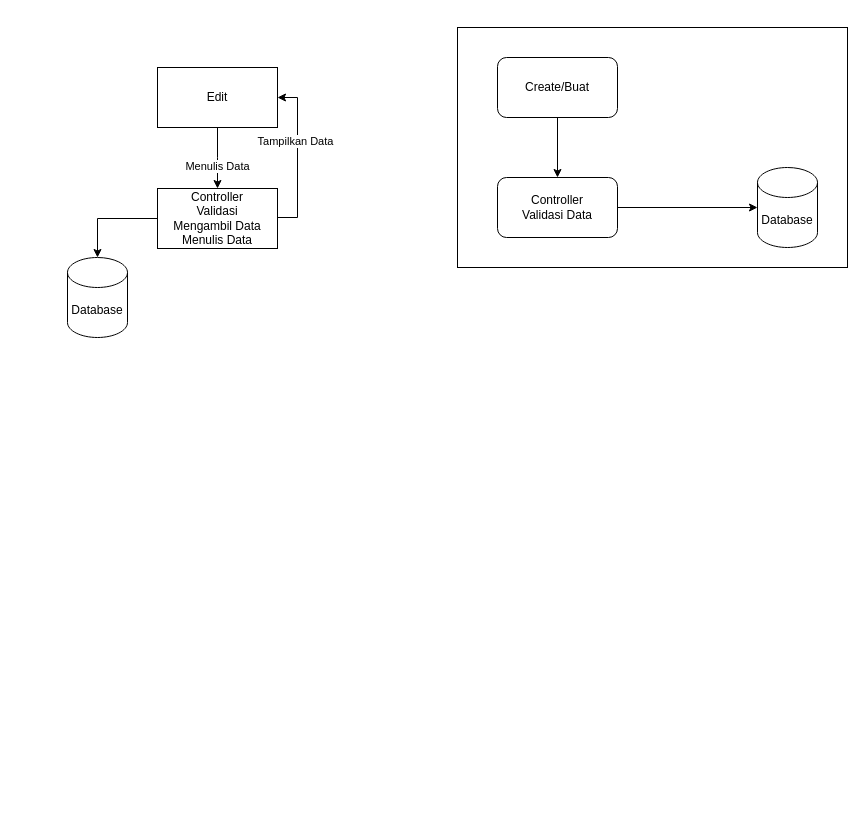
Above: Untitled Diagram.drawio in Ticlext-Altihaf/codeigniter-3-crud (draw.io), before the change. Source tidied: cells renumbered, new cells numbered last; positions are measured from the earlier drawing's top-left corner, leaving out a move shared by most shapes. Both pictures are drawn from the tidied source at 100%, with x=0, y=0 at pixel (67, 27).
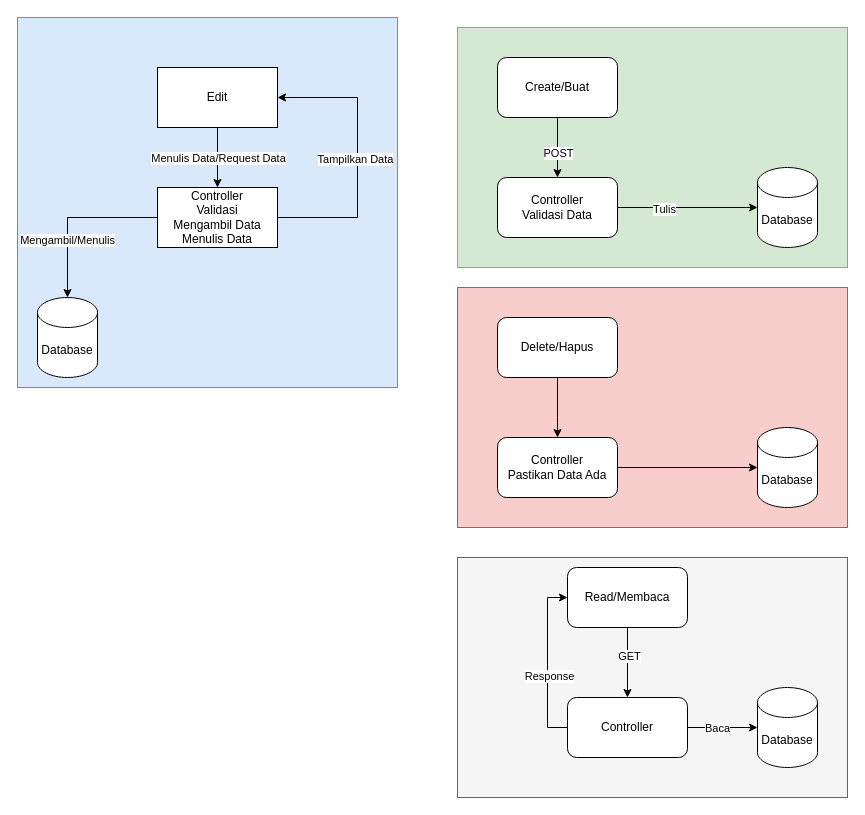
Above is the later version.

The change refers to these unchanged cells:
```xml
<mxCell id="4" value="Create/Buat" style="rounded=1;whiteSpace=wrap;html=1;" parent="1" vertex="1">
  <mxGeometry x="430" y="30" width="120" height="60" as="geometry" />
</mxCell>
<mxCell id="5" style="edgeStyle=orthogonalEdgeStyle;rounded=0;jettySize=auto;html=1;" parent="1" edge="1" source="6" target="7">
  <mxGeometry relative="1" as="geometry" />
</mxCell>
<mxCell id="6" value="Controller&lt;br&gt;Validasi Data" style="rounded=1;whiteSpace=wrap;html=1;" parent="1" vertex="1">
  <mxGeometry x="430" y="150" width="120" height="60" as="geometry" />
</mxCell>
<mxCell id="8" style="edgeStyle=orthogonalEdgeStyle;rounded=0;jettySize=auto;html=1;entryX=0.5;entryY=0;entryDx=0;entryDy=0;" parent="1" edge="1" source="10" target="15">
  <mxGeometry relative="1" as="geometry">
    <Array as="points">
      <mxPoint x="150" y="130" />
      <mxPoint x="150" y="130" />
    </Array>
  </mxGeometry>
</mxCell>
<mxCell id="10" value="Edit" style="rounded=0;whiteSpace=wrap;html=1;" parent="1" vertex="1">
  <mxGeometry x="90" y="40" width="120" height="60" as="geometry" />
</mxCell>
<mxCell id="12" style="edgeStyle=orthogonalEdgeStyle;rounded=0;jettySize=auto;html=1;" parent="1" edge="1" source="15" target="11">
  <mxGeometry relative="1" as="geometry" />
</mxCell>
```

Diff of the diagram source:
```diff
@@
+    <mxCell id="16" style="rounded=0;whiteSpace=wrap;html=1;fillColor=#dae8fc;strokeColor=#6c8ebf;" parent="1" vertex="1">
+      <mxGeometry x="-50" y="-10" width="380" height="370" as="geometry" />
+    </mxCell>
-    <mxCell id="2" style="rounded=0;whiteSpace=wrap;html=1;" parent="1" vertex="1">
+    <mxCell id="2" style="rounded=0;whiteSpace=wrap;html=1;fillColor=#d5e8d4;strokeColor=#82b366;" parent="1" vertex="1">
       <mxGeometry x="390" width="390" height="240" as="geometry" />
     </mxCell>
     <mxCell id="3" style="edgeStyle=orthogonalEdgeStyle;rounded=0;jettySize=auto;html=1;" parent="1" edge="1" source="4" target="6">
-      <mxGeometry relative="1" as="geometry" />
+      <mxGeometry relative="1" as="geometry">
+        <Array as="points">
+          <mxPoint x="490" y="120" />
+          <mxPoint x="490" y="120" />
+        </Array>
+      </mxGeometry>
     </mxCell>
+    <mxCell id="17" value="POST" style="edgeLabel;html=1;align=center;verticalAlign=middle;" parent="3" vertex="1">
+      <mxGeometry x="0.16" relative="1" as="geometry" />
+    </mxCell>
@@
+    <mxCell id="18" value="Tulis" style="edgeLabel;html=1;align=center;verticalAlign=middle;" parent="5" vertex="1">
+      <mxGeometry x="-0.34" y="-1" relative="1" as="geometry" />
+    </mxCell>
@@
-    <mxCell id="9" value="Menulis Data" style="edgeLabel;html=1;align=center;verticalAlign=middle;" parent="8" vertex="1">
-      <mxGeometry x="0.26" y="-1" relative="1" as="geometry" />
+    <mxCell id="9" value="Menulis Data/Request Data" style="edgeLabel;html=1;align=center;verticalAlign=middle;" parent="8" vertex="1">
+      <mxGeometry x="0.26" y="-1" relative="1" as="geometry">
+        <mxPoint x="1" y="-8" as="offset" />
+      </mxGeometry>
     </mxCell>
@@
     <mxCell id="11" value="Database" style="shape=cylinder3;whiteSpace=wrap;html=1;boundedLbl=1;backgroundOutline=1;size=15;" parent="1" vertex="1">
-      <mxGeometry y="230" width="60" height="80" as="geometry" />
+      <mxGeometry x="-30" y="270" width="60" height="80" as="geometry" />
     </mxCell>
@@
+    <mxCell id="19" value="Mengambil/Menulis" style="edgeLabel;html=1;align=center;verticalAlign=middle;" parent="12" vertex="1">
+      <mxGeometry x="0.32" y="-1" relative="1" as="geometry" />
+    </mxCell>
     <mxCell id="13" style="edgeStyle=orthogonalEdgeStyle;rounded=0;jettySize=auto;html=1;entryX=1;entryY=0.5;entryDx=0;entryDy=0;" parent="1" edge="1" source="15" target="10">
       <mxGeometry relative="1" as="geometry">
         <Array as="points">
-          <mxPoint x="230" y="190" />
-          <mxPoint x="230" y="70" />
+          <mxPoint x="290" y="190" />
+          <mxPoint x="290" y="70" />
         </Array>
       </mxGeometry>
     </mxCell>
     <mxCell id="14" value="Tampilkan Data" style="edgeLabel;html=1;align=center;verticalAlign=middle;" parent="13" vertex="1">
-      <mxGeometry x="0.21" y="3" relative="1" as="geometry" />
+      <mxGeometry x="0.21" y="3" relative="1" as="geometry">
+        <mxPoint y="30" as="offset" />
+      </mxGeometry>
     </mxCell>
     <mxCell id="15" value="Controller&lt;br&gt;Validasi&lt;br&gt;Mengambil Data&lt;br&gt;Menulis Data" style="rounded=0;whiteSpace=wrap;html=1;" parent="1" vertex="1">
-      <mxGeometry x="90" y="161" width="120" height="60" as="geometry" />
+      <mxGeometry x="90" y="160" width="120" height="60" as="geometry" />
     </mxCell>
+    <mxCell id="20" style="rounded=0;whiteSpace=wrap;html=1;fillColor=#f8cecc;strokeColor=#b85450;" parent="1" vertex="1">
+      <mxGeometry x="390" y="260" width="390" height="240" as="geometry" />
+    </mxCell>
+    <mxCell id="21" style="edgeStyle=orthogonalEdgeStyle;rounded=0;jettySize=auto;html=1;" parent="1" edge="1" source="22" target="24">
+      <mxGeometry relative="1" as="geometry">
+        <Array as="points">
+          <mxPoint x="490" y="390" />
+          <mxPoint x="490" y="390" />
+        </Array>
+      </mxGeometry>
+    </mxCell>
+    <mxCell id="22" value="Delete/Hapus" style="rounded=1;whiteSpace=wrap;html=1;" parent="1" vertex="1">
+      <mxGeometry x="430" y="290" width="120" height="60" as="geometry" />
+    </mxCell>
+    <mxCell id="23" style="edgeStyle=orthogonalEdgeStyle;rounded=0;jettySize=auto;html=1;" parent="1" edge="1" source="24" target="25">
+      <mxGeometry relative="1" as="geometry" />
+    </mxCell>
+    <mxCell id="24" value="Controller&lt;br&gt;Pastikan Data Ada" style="rounded=1;whiteSpace=wrap;html=1;" parent="1" vertex="1">
+      <mxGeometry x="430" y="410" width="120" height="60" as="geometry" />
+    </mxCell>
+    <mxCell id="25" value="Database" style="shape=cylinder3;whiteSpace=wrap;html=1;boundedLbl=1;backgroundOutline=1;size=15;" parent="1" vertex="1">
+      <mxGeometry x="690" y="400" width="60" height="80" as="geometry" />
+    </mxCell>
+    <mxCell id="26" style="rounded=0;whiteSpace=wrap;html=1;fillColor=#f5f5f5;strokeColor=#666666;fontColor=#333333;" parent="1" vertex="1">
+      <mxGeometry x="390" y="530" width="390" height="240" as="geometry" />
+    </mxCell>
+    <mxCell id="27" style="edgeStyle=orthogonalEdgeStyle;rounded=0;jettySize=auto;html=1;entryX=0.5;entryY=0;entryDx=0;entryDy=0;" parent="1" edge="1" source="29" target="34">
+      <mxGeometry relative="1" as="geometry" />
+    </mxCell>
+    <mxCell id="28" value="GET" style="edgeLabel;html=1;align=center;verticalAlign=middle;" parent="27" vertex="1">
+      <mxGeometry x="-0.2" y="1" relative="1" as="geometry" />
+    </mxCell>
+    <mxCell id="29" value="Read/Membaca" style="rounded=1;whiteSpace=wrap;html=1;" parent="1" vertex="1">
+      <mxGeometry x="500" y="540" width="120" height="60" as="geometry" />
+    </mxCell>
+    <mxCell id="30" style="edgeStyle=orthogonalEdgeStyle;rounded=0;jettySize=auto;html=1;" parent="1" edge="1" source="34" target="35">
+      <mxGeometry relative="1" as="geometry" />
+    </mxCell>
+    <mxCell id="31" value="Baca" style="edgeLabel;html=1;align=center;verticalAlign=middle;" parent="30" vertex="1">
+      <mxGeometry x="-0.18" relative="1" as="geometry" />
+    </mxCell>
+    <mxCell id="32" style="edgeStyle=orthogonalEdgeStyle;rounded=0;jettySize=auto;html=1;entryX=0;entryY=0.5;entryDx=0;entryDy=0;" parent="1" edge="1" source="34" target="29">
+      <mxGeometry relative="1" as="geometry">
+        <Array as="points">
+          <mxPoint x="480" y="700" />
+          <mxPoint x="480" y="570" />
+        </Array>
+      </mxGeometry>
+    </mxCell>
+    <mxCell id="33" value="Response" style="edgeLabel;html=1;align=center;verticalAlign=middle;" parent="32" vertex="1">
+      <mxGeometry x="-0.15" y="-1" relative="1" as="geometry" />
+    </mxCell>
+    <mxCell id="34" value="Controller" style="rounded=1;whiteSpace=wrap;html=1;" parent="1" vertex="1">
+      <mxGeometry x="500" y="670" width="120" height="60" as="geometry" />
+    </mxCell>
+    <mxCell id="35" value="Database" style="shape=cylinder3;whiteSpace=wrap;html=1;boundedLbl=1;backgroundOutline=1;size=15;" parent="1" vertex="1">
+      <mxGeometry x="690" y="660" width="60" height="80" as="geometry" />
+    </mxCell>
```
